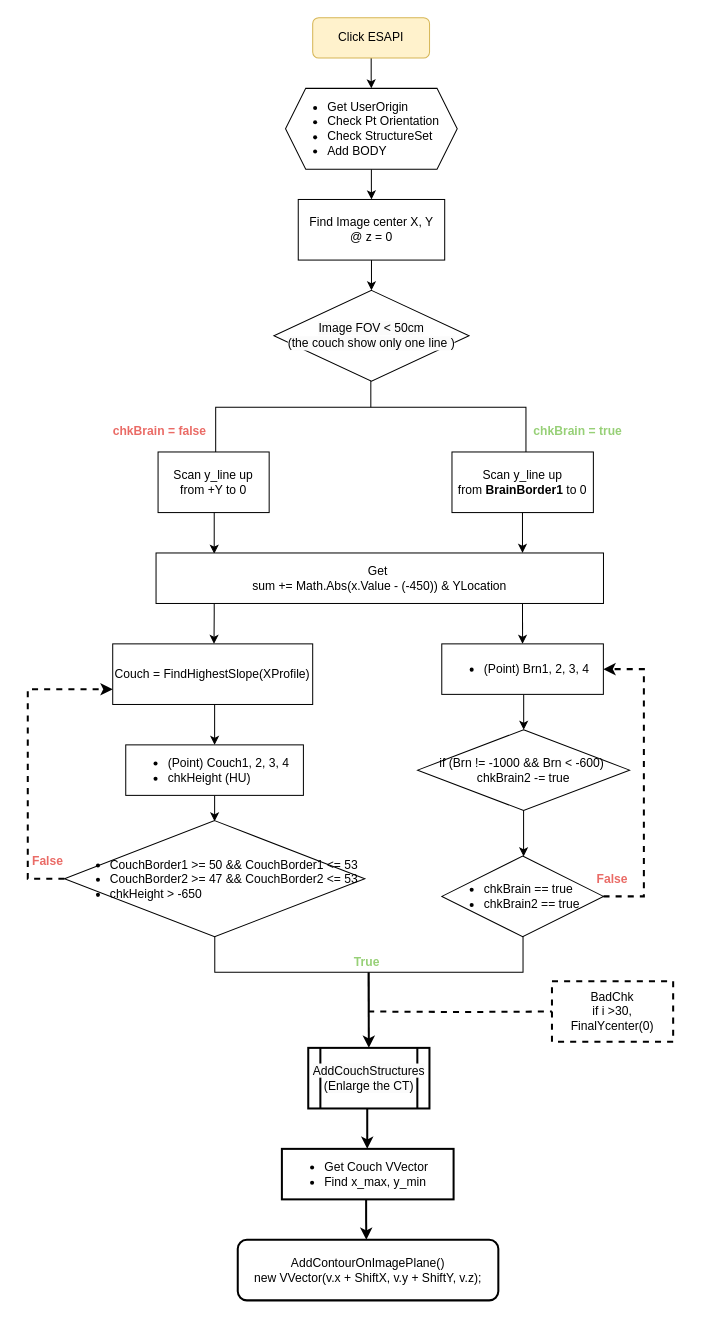
Earlier version of the draw.io diagram CouchPhoton_Process.drawio (eatingwu1009/CouchInsert). Source tidied: cells renumbered, new cells numbered last; positions are measured from the earlier drawing's top-left corner, leaving out a move shared by most shapes. Both pictures are drawn from the tidied source at 101%, with x=0, y=0 at pixel (17, 17).
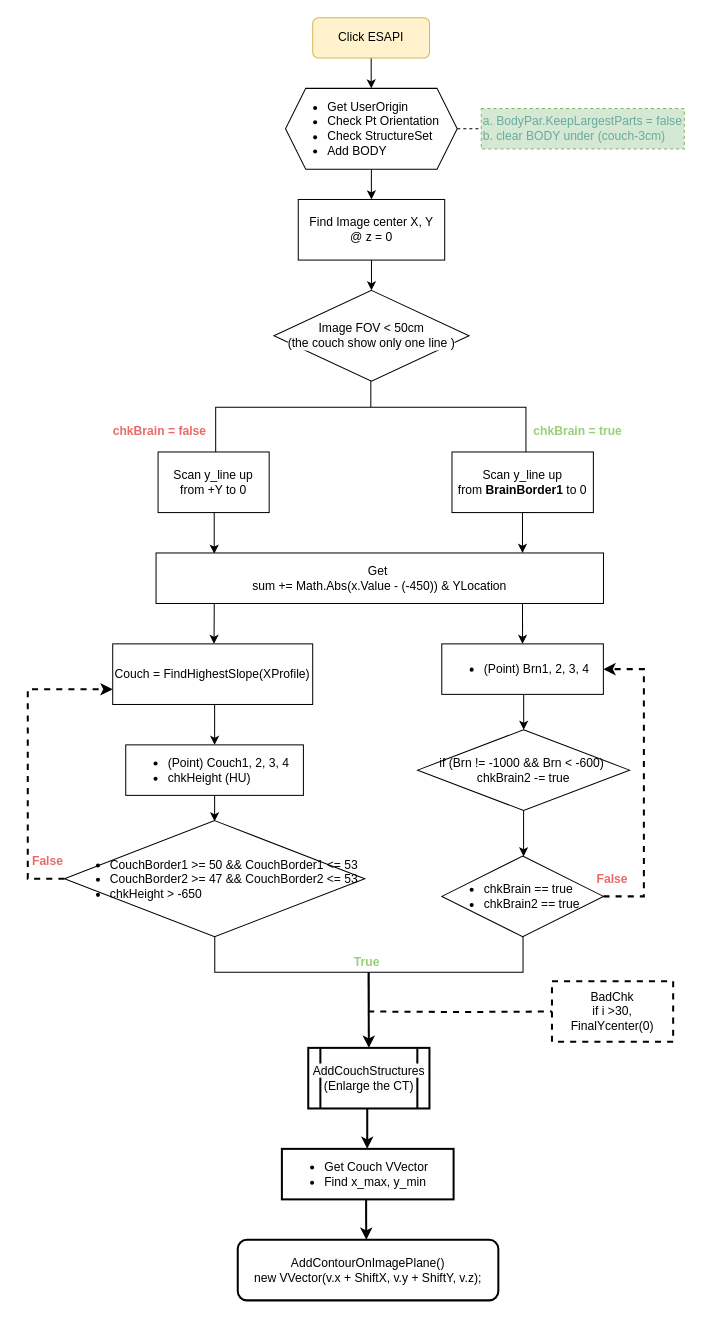
The same diagram, later.

Diff of the diagram source:
```diff
@@
+    <mxCell id="43" style="edgeStyle=orthogonalEdgeStyle;rounded=0;orthogonalLoop=1;jettySize=auto;html=1;dashed=1;startArrow=none;startFill=0;endArrow=none;endFill=0;strokeWidth=1;" parent="1" edge="1">
+      <mxGeometry relative="1" as="geometry">
+        <mxPoint x="435.2" y="110" as="sourcePoint" />
+        <mxPoint x="460" y="110" as="targetPoint" />
+      </mxGeometry>
+    </mxCell>
+    <mxCell id="44" value="&lt;span style=&quot;background-color: initial;&quot;&gt;a. BodyPar.KeepLargestParts = false&lt;/span&gt;&lt;br&gt;&lt;span style=&quot;background-color: initial;&quot;&gt;b. clear BODY under (couch-3cm)&amp;nbsp;&lt;/span&gt;" style="rounded=0;whiteSpace=wrap;html=1;dashed=1;strokeWidth=1;align=left;fillColor=#d5e8d4;strokeColor=#82b366;fontColor=#67AB9F;" parent="1" vertex="1">
+      <mxGeometry x="459" y="90" width="201" height="40" as="geometry" />
+    </mxCell>
```
